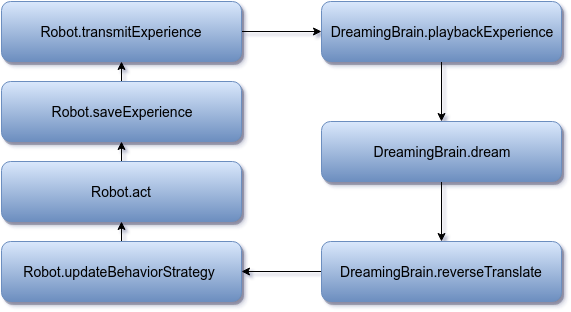
This is doc/HLD_Activity_life_cycle.png from research-team/robot-dream, a draw.io export, as it was before one commit. Source tidied: cells renumbered, new cells last; positions are measured from the earlier drawing's top-left corner, leaving out a move shared by most shapes.
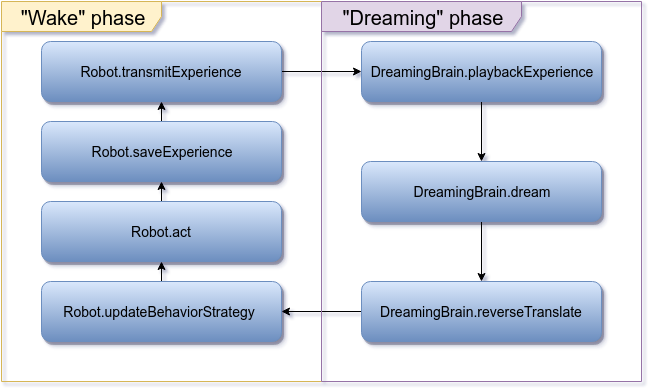
The same diagram one commit later.

Commit message:
frontiers: added wake and dreaming phases

Change to the diagram source:
```diff
@@ -44,5 +44,11 @@
     <mxCell id="15" value="&lt;span&gt;Robot.act&lt;/span&gt;" style="rounded=1;whiteSpace=wrap;html=1;shadow=1;comic=0;fillColor=#dae8fc;strokeColor=#6c8ebf;gradientColor=#6C8EBF;fontSize=14;" parent="1" vertex="1">
       <mxGeometry y="160" width="240" height="60" as="geometry" />
     </mxCell>
+    <mxCell id="16" value="&quot;Wake&quot; phase" style="shape=umlFrame;whiteSpace=wrap;html=1;shadow=0;glass=0;comic=0;labelBackgroundColor=none;strokeColor=#d6b656;fillColor=#fff2cc;fontSize=20;align=center;width=160;height=30;" parent="1" vertex="1">
+      <mxGeometry x="-40" y="-40" width="320" height="380" as="geometry" />
+    </mxCell>
+    <mxCell id="17" value="&quot;Dreaming&quot; phase" style="shape=umlFrame;whiteSpace=wrap;html=1;shadow=0;glass=0;comic=0;labelBackgroundColor=none;strokeColor=#9673a6;fillColor=#e1d5e7;fontSize=20;align=center;width=200;height=30;" parent="1" vertex="1">
+      <mxGeometry x="280" y="-40" width="320" height="380" as="geometry" />
+    </mxCell>
   </root>
 </mxGraphModel>
```
